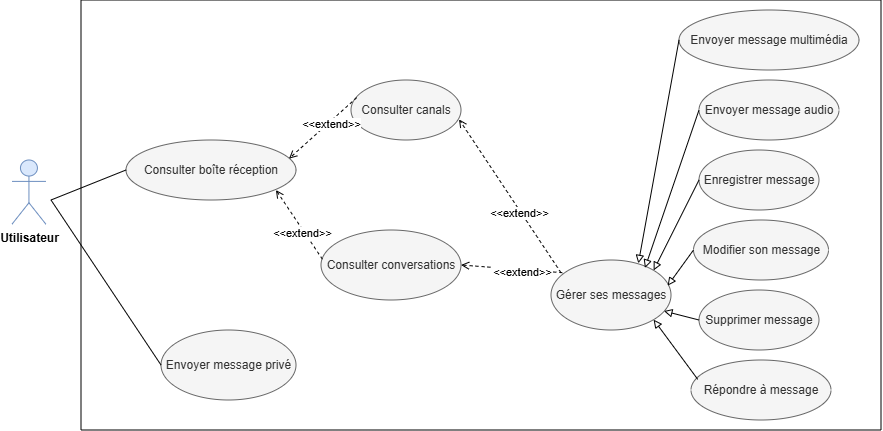
The draw.io diagram Images/Diagramme cas d'utilisationMessagerie.png in rihab-dev/Rapport-PFE, before a commit. Source tidied: cells renumbered, new cells last; positions are measured from the earlier drawing's top-left corner, leaving out a move shared by most shapes. The source it was exported from:
```xml
<mxGraphModel>
  <root>
    <mxCell id="0" />
    <mxCell id="1" parent="0" />
    <mxCell id="2" style="swimlane;startSize=0;" parent="1" vertex="1">
      <mxGeometry x="69" width="800" height="430" as="geometry" />
    </mxCell>
    <mxCell id="3" value="Consulter canals" style="ellipse;whiteSpace=wrap;html=1;fillColor=#f5f5f5;fontColor=#333333;strokeColor=#666666;" parent="2" vertex="1">
      <mxGeometry x="270" y="80" width="110" height="60" as="geometry" />
    </mxCell>
    <mxCell id="4" value="&lt;p&gt;Consulter boîte réception&lt;/p&gt;" style="ellipse;whiteSpace=wrap;html=1;fillColor=#f5f5f5;fontColor=#333333;strokeColor=#666666;" parent="2" vertex="1">
      <mxGeometry x="45" y="140" width="170" height="60" as="geometry" />
    </mxCell>
    <mxCell id="5" value="Répondre à message" style="ellipse;whiteSpace=wrap;html=1;fillColor=#f5f5f5;fontColor=#333333;strokeColor=#666666;" parent="2" vertex="1">
      <mxGeometry x="610" y="360" width="140" height="60" as="geometry" />
    </mxCell>
    <mxCell id="6" value="Modifier son message" style="ellipse;whiteSpace=wrap;html=1;fillColor=#f5f5f5;fontColor=#333333;strokeColor=#666666;" parent="2" vertex="1">
      <mxGeometry x="612.5" y="220" width="135" height="60" as="geometry" />
    </mxCell>
    <mxCell id="7" value="Supprimer message" style="ellipse;whiteSpace=wrap;html=1;fillColor=#f5f5f5;fontColor=#333333;strokeColor=#666666;" parent="2" vertex="1">
      <mxGeometry x="618" y="290" width="120" height="60" as="geometry" />
    </mxCell>
    <mxCell id="8" value="Consulter conversations" style="ellipse;whiteSpace=wrap;html=1;fillColor=#f5f5f5;fontColor=#333333;strokeColor=#666666;" parent="2" vertex="1">
      <mxGeometry x="240" y="230" width="140" height="70" as="geometry" />
    </mxCell>
    <mxCell id="9" value="Enregistrer message" style="ellipse;whiteSpace=wrap;html=1;fillColor=#f5f5f5;fontColor=#333333;strokeColor=#666666;" parent="2" vertex="1">
      <mxGeometry x="618" y="150" width="120" height="60" as="geometry" />
    </mxCell>
    <mxCell id="10" value="Envoyer message privé" style="ellipse;whiteSpace=wrap;html=1;fillColor=#f5f5f5;fontColor=#333333;strokeColor=#666666;" parent="2" vertex="1">
      <mxGeometry x="80" y="330" width="135" height="70" as="geometry" />
    </mxCell>
    <mxCell id="11" value="Gérer ses messages" style="ellipse;whiteSpace=wrap;html=1;fillColor=#f5f5f5;fontColor=#333333;strokeColor=#666666;" parent="2" vertex="1">
      <mxGeometry x="470" y="260" width="120" height="70" as="geometry" />
    </mxCell>
    <mxCell id="12" style="endArrow=block;html=1;rounded=0;entryX=0.941;entryY=0.729;entryDx=0;entryDy=0;endFill=0;exitX=0;exitY=0.5;exitDx=0;exitDy=0;entryPerimeter=0;" parent="2" edge="1" source="7" target="11">
      <mxGeometry relative="1" as="geometry" />
    </mxCell>
    <mxCell id="13" style="endArrow=block;html=1;rounded=0;endFill=0;exitX=0;exitY=0.5;exitDx=0;exitDy=0;entryX=0.972;entryY=0.367;entryDx=0;entryDy=0;entryPerimeter=0;" parent="2" edge="1" source="6" target="11">
      <mxGeometry relative="1" as="geometry" />
    </mxCell>
    <mxCell id="14" style="endArrow=block;html=1;rounded=0;endFill=0;exitX=0;exitY=0.5;exitDx=0;exitDy=0;entryX=1;entryY=0;entryDx=0;entryDy=0;" parent="2" edge="1" source="9" target="11">
      <mxGeometry relative="1" as="geometry" />
    </mxCell>
    <mxCell id="15" style="endArrow=block;html=1;rounded=0;endFill=0;entryX=1;entryY=1;entryDx=0;entryDy=0;exitX=0.048;exitY=0.322;exitDx=0;exitDy=0;exitPerimeter=0;" parent="2" edge="1" source="5" target="11">
      <mxGeometry relative="1" as="geometry" />
    </mxCell>
    <mxCell id="16" style="endArrow=open;html=1;rounded=0;exitX=0.083;exitY=0.181;exitDx=0;exitDy=0;endFill=0;dashed=1;exitPerimeter=0;entryX=0.982;entryY=0.656;entryDx=0;entryDy=0;entryPerimeter=0;" parent="2" edge="1" source="11" target="3">
      <mxGeometry relative="1" as="geometry" />
    </mxCell>
    <mxCell id="17" value="&amp;lt;&amp;lt;extend&amp;gt;&amp;gt;" style="edgeLabel;html=1;align=center;verticalAlign=middle;" parent="16" vertex="1">
      <mxGeometry x="-0.2" y="2" relative="1" as="geometry" />
    </mxCell>
    <mxCell id="18" style="endArrow=open;html=1;rounded=0;endFill=0;dashed=1;entryX=1;entryY=0.5;entryDx=0;entryDy=0;exitX=0.094;exitY=0.181;exitDx=0;exitDy=0;exitPerimeter=0;" parent="2" edge="1" source="11" target="8">
      <mxGeometry relative="1" as="geometry" />
    </mxCell>
    <mxCell id="19" value="&amp;lt;&amp;lt;extend&amp;gt;&amp;gt;" style="edgeLabel;html=1;align=center;verticalAlign=middle;" parent="18" vertex="1">
      <mxGeometry x="-0.2" y="2" relative="1" as="geometry" />
    </mxCell>
    <mxCell id="20" style="endArrow=open;html=1;rounded=0;exitX=0.052;exitY=0.294;exitDx=0;exitDy=0;endFill=0;dashed=1;exitPerimeter=0;entryX=0.959;entryY=0.311;entryDx=0;entryDy=0;entryPerimeter=0;" parent="2" edge="1" source="3" target="4">
      <mxGeometry relative="1" as="geometry" />
    </mxCell>
    <mxCell id="21" value="&amp;lt;&amp;lt;extend&amp;gt;&amp;gt;" style="edgeLabel;html=1;align=center;verticalAlign=middle;" parent="20" vertex="1">
      <mxGeometry x="-0.2" y="2" relative="1" as="geometry" />
    </mxCell>
    <mxCell id="22" style="endArrow=open;html=1;rounded=0;exitX=0.01;exitY=0.417;exitDx=0;exitDy=0;endFill=0;dashed=1;entryX=0.882;entryY=0.833;entryDx=0;entryDy=0;entryPerimeter=0;exitPerimeter=0;" parent="2" edge="1" source="8" target="4">
      <mxGeometry relative="1" as="geometry" />
    </mxCell>
    <mxCell id="23" value="&amp;lt;&amp;lt;extend&amp;gt;&amp;gt;" style="edgeLabel;html=1;align=center;verticalAlign=middle;" parent="22" vertex="1">
      <mxGeometry x="-0.2" y="2" relative="1" as="geometry" />
    </mxCell>
    <mxCell id="24" value="Envoyer message audio" style="ellipse;whiteSpace=wrap;html=1;fillColor=#f5f5f5;fontColor=#333333;strokeColor=#666666;" parent="2" vertex="1">
      <mxGeometry x="618" y="80" width="140" height="60" as="geometry" />
    </mxCell>
    <mxCell id="25" value="Envoyer message multimédia" style="ellipse;whiteSpace=wrap;html=1;fillColor=#f5f5f5;fontColor=#333333;strokeColor=#666666;" parent="2" vertex="1">
      <mxGeometry x="598" y="10" width="180" height="60" as="geometry" />
    </mxCell>
    <mxCell id="26" style="endArrow=block;html=1;rounded=0;endFill=0;exitX=0;exitY=0.5;exitDx=0;exitDy=0;entryX=0.783;entryY=0.114;entryDx=0;entryDy=0;entryPerimeter=0;" parent="2" edge="1" source="24" target="11">
      <mxGeometry relative="1" as="geometry" />
    </mxCell>
    <mxCell id="27" style="endArrow=block;html=1;rounded=0;endFill=0;exitX=0;exitY=0.5;exitDx=0;exitDy=0;entryX=0.728;entryY=0.048;entryDx=0;entryDy=0;entryPerimeter=0;" parent="2" edge="1" target="11">
      <mxGeometry relative="1" as="geometry">
        <mxPoint x="598" y="40" as="sourcePoint" />
      </mxGeometry>
    </mxCell>
    <mxCell id="28" value="&lt;b&gt;Utilisateur&lt;/b&gt;" style="shape=umlActor;verticalLabelPosition=bottom;verticalAlign=top;html=1;fillColor=#dae8fc;strokeColor=#6c8ebf;" parent="1" vertex="1">
      <mxGeometry y="160" width="33.9" height="64.2" as="geometry" />
    </mxCell>
    <mxCell id="29" style="endArrow=none;html=1;rounded=0;entryX=0;entryY=0.5;entryDx=0;entryDy=0;" parent="1" edge="1" target="4">
      <mxGeometry relative="1" as="geometry">
        <mxPoint x="39" y="200" as="sourcePoint" />
      </mxGeometry>
    </mxCell>
    <mxCell id="30" style="endArrow=none;html=1;rounded=0;entryX=0;entryY=0.5;entryDx=0;entryDy=0;" parent="1" edge="1" target="10">
      <mxGeometry relative="1" as="geometry">
        <mxPoint x="39" y="200" as="sourcePoint" />
      </mxGeometry>
    </mxCell>
  </root>
</mxGraphModel>
```
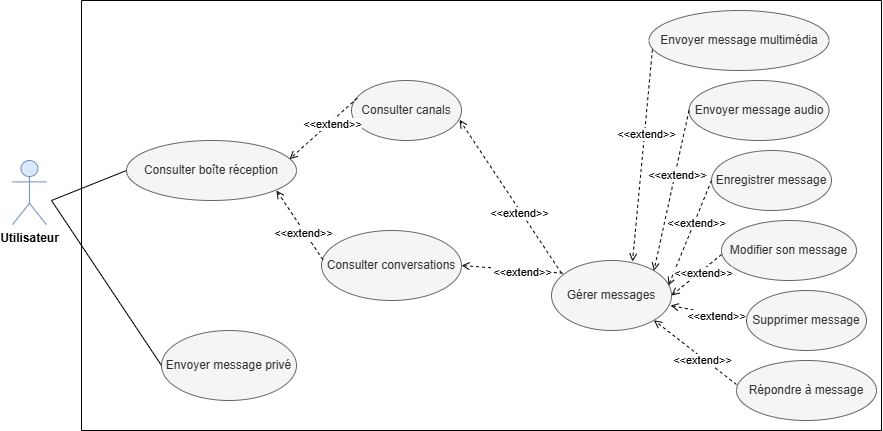
The same diagram one commit later.

The edit, as a diff of the source:
```diff
@@ -12,88 +12,108 @@
       <mxGeometry x="45" y="140" width="170" height="60" as="geometry" />
     </mxCell>
     <mxCell id="5" value="Répondre à message" style="ellipse;whiteSpace=wrap;html=1;fillColor=#f5f5f5;fontColor=#333333;strokeColor=#666666;" parent="2" vertex="1">
-      <mxGeometry x="610" y="360" width="140" height="60" as="geometry" />
+      <mxGeometry x="655" y="360" width="140" height="60" as="geometry" />
     </mxCell>
     <mxCell id="6" value="Modifier son message" style="ellipse;whiteSpace=wrap;html=1;fillColor=#f5f5f5;fontColor=#333333;strokeColor=#666666;" parent="2" vertex="1">
-      <mxGeometry x="612.5" y="220" width="135" height="60" as="geometry" />
+      <mxGeometry x="640" y="220" width="135" height="60" as="geometry" />
     </mxCell>
     <mxCell id="7" value="Supprimer message" style="ellipse;whiteSpace=wrap;html=1;fillColor=#f5f5f5;fontColor=#333333;strokeColor=#666666;" parent="2" vertex="1">
-      <mxGeometry x="618" y="290" width="120" height="60" as="geometry" />
+      <mxGeometry x="665" y="290" width="120" height="60" as="geometry" />
     </mxCell>
     <mxCell id="8" value="Consulter conversations" style="ellipse;whiteSpace=wrap;html=1;fillColor=#f5f5f5;fontColor=#333333;strokeColor=#666666;" parent="2" vertex="1">
       <mxGeometry x="240" y="230" width="140" height="70" as="geometry" />
     </mxCell>
     <mxCell id="9" value="Enregistrer message" style="ellipse;whiteSpace=wrap;html=1;fillColor=#f5f5f5;fontColor=#333333;strokeColor=#666666;" parent="2" vertex="1">
-      <mxGeometry x="618" y="150" width="120" height="60" as="geometry" />
+      <mxGeometry x="630" y="150" width="120" height="60" as="geometry" />
     </mxCell>
     <mxCell id="10" value="Envoyer message privé" style="ellipse;whiteSpace=wrap;html=1;fillColor=#f5f5f5;fontColor=#333333;strokeColor=#666666;" parent="2" vertex="1">
       <mxGeometry x="80" y="330" width="135" height="70" as="geometry" />
     </mxCell>
-    <mxCell id="11" value="Gérer ses messages" style="ellipse;whiteSpace=wrap;html=1;fillColor=#f5f5f5;fontColor=#333333;strokeColor=#666666;" parent="2" vertex="1">
-      <mxGeometry x="470" y="260" width="120" height="70" as="geometry" />
-    </mxCell>
-    <mxCell id="12" style="endArrow=block;html=1;rounded=0;entryX=0.941;entryY=0.729;entryDx=0;entryDy=0;endFill=0;exitX=0;exitY=0.5;exitDx=0;exitDy=0;entryPerimeter=0;" parent="2" edge="1" source="7" target="11">
-      <mxGeometry relative="1" as="geometry" />
-    </mxCell>
-    <mxCell id="13" style="endArrow=block;html=1;rounded=0;endFill=0;exitX=0;exitY=0.5;exitDx=0;exitDy=0;entryX=0.972;entryY=0.367;entryDx=0;entryDy=0;entryPerimeter=0;" parent="2" edge="1" source="6" target="11">
-      <mxGeometry relative="1" as="geometry" />
-    </mxCell>
-    <mxCell id="14" style="endArrow=block;html=1;rounded=0;endFill=0;exitX=0;exitY=0.5;exitDx=0;exitDy=0;entryX=1;entryY=0;entryDx=0;entryDy=0;" parent="2" edge="1" source="9" target="11">
-      <mxGeometry relative="1" as="geometry" />
-    </mxCell>
-    <mxCell id="15" style="endArrow=block;html=1;rounded=0;endFill=0;entryX=1;entryY=1;entryDx=0;entryDy=0;exitX=0.048;exitY=0.322;exitDx=0;exitDy=0;exitPerimeter=0;" parent="2" edge="1" source="5" target="11">
-      <mxGeometry relative="1" as="geometry" />
-    </mxCell>
-    <mxCell id="16" style="endArrow=open;html=1;rounded=0;exitX=0.083;exitY=0.181;exitDx=0;exitDy=0;endFill=0;dashed=1;exitPerimeter=0;entryX=0.982;entryY=0.656;entryDx=0;entryDy=0;entryPerimeter=0;" parent="2" edge="1" source="11" target="3">
-      <mxGeometry relative="1" as="geometry" />
-    </mxCell>
-    <mxCell id="17" value="&amp;lt;&amp;lt;extend&amp;gt;&amp;gt;" style="edgeLabel;html=1;align=center;verticalAlign=middle;" parent="16" vertex="1">
-      <mxGeometry x="-0.2" y="2" relative="1" as="geometry" />
-    </mxCell>
-    <mxCell id="18" style="endArrow=open;html=1;rounded=0;endFill=0;dashed=1;entryX=1;entryY=0.5;entryDx=0;entryDy=0;exitX=0.094;exitY=0.181;exitDx=0;exitDy=0;exitPerimeter=0;" parent="2" edge="1" source="11" target="8">
-      <mxGeometry relative="1" as="geometry" />
-    </mxCell>
-    <mxCell id="19" value="&amp;lt;&amp;lt;extend&amp;gt;&amp;gt;" style="edgeLabel;html=1;align=center;verticalAlign=middle;" parent="18" vertex="1">
-      <mxGeometry x="-0.2" y="2" relative="1" as="geometry" />
-    </mxCell>
+    <mxCell id="31" value="Gérer messages" style="ellipse;whiteSpace=wrap;html=1;fillColor=#f5f5f5;fontColor=#333333;strokeColor=#666666;" parent="2" vertex="1">
+      <mxGeometry x="470" y="260" width="120" height="70" as="geometry" />
+    </mxCell>
+    <mxCell id="32" style="endArrow=open;html=1;rounded=0;exitX=0.083;exitY=0.181;exitDx=0;exitDy=0;endFill=0;dashed=1;exitPerimeter=0;entryX=0.982;entryY=0.656;entryDx=0;entryDy=0;entryPerimeter=0;" parent="2" edge="1" source="31" target="3">
+      <mxGeometry relative="1" as="geometry" />
+    </mxCell>
+    <mxCell id="33" value="&amp;lt;&amp;lt;extend&amp;gt;&amp;gt;" style="edgeLabel;html=1;align=center;verticalAlign=middle;" parent="32" vertex="1">
+      <mxGeometry x="-0.2" y="2" relative="1" as="geometry" />
+    </mxCell>
+    <mxCell id="34" style="endArrow=open;html=1;rounded=0;endFill=0;dashed=1;entryX=1;entryY=0.5;entryDx=0;entryDy=0;exitX=0.094;exitY=0.181;exitDx=0;exitDy=0;exitPerimeter=0;" parent="2" edge="1" source="31" target="8">
+      <mxGeometry relative="1" as="geometry" />
+    </mxCell>
+    <mxCell id="35" value="&amp;lt;&amp;lt;extend&amp;gt;&amp;gt;" style="edgeLabel;html=1;align=center;verticalAlign=middle;" parent="34" vertex="1">
+      <mxGeometry x="-0.2" y="2" relative="1" as="geometry" />
+    </mxCell>
     <mxCell id="20" style="endArrow=open;html=1;rounded=0;exitX=0.052;exitY=0.294;exitDx=0;exitDy=0;endFill=0;dashed=1;exitPerimeter=0;entryX=0.959;entryY=0.311;entryDx=0;entryDy=0;entryPerimeter=0;" parent="2" edge="1" source="3" target="4">
       <mxGeometry relative="1" as="geometry" />
     </mxCell>
-    <mxCell id="21" value="&amp;lt;&amp;lt;extend&amp;gt;&amp;gt;" style="edgeLabel;html=1;align=center;verticalAlign=middle;" parent="20" vertex="1">
-      <mxGeometry x="-0.2" y="2" relative="1" as="geometry" />
-    </mxCell>
+    <mxCell id="36" value="&amp;lt;&amp;lt;extend&amp;gt;&amp;gt;" style="edgeLabel;html=1;align=center;verticalAlign=middle;" parent="20" vertex="1">
+      <mxGeometry x="-0.2" y="2" relative="1" as="geometry" />
+    </mxCell>
     <mxCell id="22" style="endArrow=open;html=1;rounded=0;exitX=0.01;exitY=0.417;exitDx=0;exitDy=0;endFill=0;dashed=1;entryX=0.882;entryY=0.833;entryDx=0;entryDy=0;entryPerimeter=0;exitPerimeter=0;" parent="2" edge="1" source="8" target="4">
       <mxGeometry relative="1" as="geometry" />
     </mxCell>
-    <mxCell id="23" value="&amp;lt;&amp;lt;extend&amp;gt;&amp;gt;" style="edgeLabel;html=1;align=center;verticalAlign=middle;" parent="22" vertex="1">
-      <mxGeometry x="-0.2" y="2" relative="1" as="geometry" />
-    </mxCell>
+    <mxCell id="37" value="&amp;lt;&amp;lt;extend&amp;gt;&amp;gt;" style="edgeLabel;html=1;align=center;verticalAlign=middle;" parent="22" vertex="1">
+      <mxGeometry x="-0.2" y="2" relative="1" as="geometry" />
+    </mxCell>
     <mxCell id="24" value="Envoyer message audio" style="ellipse;whiteSpace=wrap;html=1;fillColor=#f5f5f5;fontColor=#333333;strokeColor=#666666;" parent="2" vertex="1">
-      <mxGeometry x="618" y="80" width="140" height="60" as="geometry" />
+      <mxGeometry x="607.5" y="80" width="140" height="60" as="geometry" />
     </mxCell>
     <mxCell id="25" value="Envoyer message multimédia" style="ellipse;whiteSpace=wrap;html=1;fillColor=#f5f5f5;fontColor=#333333;strokeColor=#666666;" parent="2" vertex="1">
-      <mxGeometry x="598" y="10" width="180" height="60" as="geometry" />
+      <mxGeometry x="567.5" y="10" width="180" height="60" as="geometry" />
     </mxCell>
-    <mxCell id="26" style="endArrow=block;html=1;rounded=0;endFill=0;exitX=0;exitY=0.5;exitDx=0;exitDy=0;entryX=0.783;entryY=0.114;entryDx=0;entryDy=0;entryPerimeter=0;" parent="2" edge="1" source="24" target="11">
-      <mxGeometry relative="1" as="geometry" />
-    </mxCell>
-    <mxCell id="27" style="endArrow=block;html=1;rounded=0;endFill=0;exitX=0;exitY=0.5;exitDx=0;exitDy=0;entryX=0.728;entryY=0.048;entryDx=0;entryDy=0;entryPerimeter=0;" parent="2" edge="1" target="11">
-      <mxGeometry relative="1" as="geometry">
-        <mxPoint x="598" y="40" as="sourcePoint" />
-      </mxGeometry>
-    </mxCell>
+    <mxCell id="38" style="endArrow=open;html=1;rounded=0;exitX=0.019;exitY=0.65;exitDx=0;exitDy=0;endFill=0;dashed=1;exitPerimeter=0;entryX=0.675;entryY=0.014;entryDx=0;entryDy=0;entryPerimeter=0;" parent="2" edge="1" source="25" target="31">
+      <mxGeometry relative="1" as="geometry" />
+    </mxCell>
+    <mxCell id="39" value="&amp;lt;&amp;lt;extend&amp;gt;&amp;gt;" style="edgeLabel;html=1;align=center;verticalAlign=middle;" parent="38" vertex="1">
+      <mxGeometry x="-0.2" y="2" relative="1" as="geometry" />
+    </mxCell>
+    <mxCell id="40" style="endArrow=open;html=1;rounded=0;exitX=0;exitY=0.5;exitDx=0;exitDy=0;endFill=0;dashed=1;entryX=1;entryY=0;entryDx=0;entryDy=0;" parent="2" edge="1" source="24" target="31">
+      <mxGeometry relative="1" as="geometry" />
+    </mxCell>
+    <mxCell id="41" value="&amp;lt;&amp;lt;extend&amp;gt;&amp;gt;" style="edgeLabel;html=1;align=center;verticalAlign=middle;" parent="40" vertex="1">
+      <mxGeometry x="-0.2" y="2" relative="1" as="geometry" />
+    </mxCell>
+    <mxCell id="42" style="endArrow=open;html=1;rounded=0;exitX=0;exitY=0.5;exitDx=0;exitDy=0;endFill=0;dashed=1;entryX=0.975;entryY=0.357;entryDx=0;entryDy=0;entryPerimeter=0;" parent="2" edge="1" source="9" target="31">
+      <mxGeometry relative="1" as="geometry" />
+    </mxCell>
+    <mxCell id="43" value="&amp;lt;&amp;lt;extend&amp;gt;&amp;gt;" style="edgeLabel;html=1;align=center;verticalAlign=middle;" parent="42" vertex="1">
+      <mxGeometry x="-0.2" y="2" relative="1" as="geometry" />
+    </mxCell>
+    <mxCell id="44" style="endArrow=open;html=1;rounded=0;exitX=0.083;exitY=0.181;exitDx=0;exitDy=0;endFill=0;dashed=1;exitPerimeter=0;entryX=1;entryY=0.5;entryDx=0;entryDy=0;" parent="2" edge="1" target="31">
+      <mxGeometry relative="1" as="geometry">
+        <mxPoint x="640" y="254" as="sourcePoint" />
+      </mxGeometry>
+    </mxCell>
+    <mxCell id="45" value="&amp;lt;&amp;lt;extend&amp;gt;&amp;gt;" style="edgeLabel;html=1;align=center;verticalAlign=middle;" parent="44" vertex="1">
+      <mxGeometry x="-0.2" y="2" relative="1" as="geometry" />
+    </mxCell>
+    <mxCell id="46" style="endArrow=open;html=1;rounded=0;exitX=0;exitY=0.5;exitDx=0;exitDy=0;endFill=0;dashed=1;entryX=0.992;entryY=0.643;entryDx=0;entryDy=0;entryPerimeter=0;" parent="2" edge="1" source="7" target="31">
+      <mxGeometry relative="1" as="geometry" />
+    </mxCell>
+    <mxCell id="47" value="&amp;lt;&amp;lt;extend&amp;gt;&amp;gt;" style="edgeLabel;html=1;align=center;verticalAlign=middle;" parent="46" vertex="1">
+      <mxGeometry x="-0.2" y="2" relative="1" as="geometry" />
+    </mxCell>
+    <mxCell id="48" style="endArrow=open;html=1;rounded=0;exitX=0.083;exitY=0.181;exitDx=0;exitDy=0;endFill=0;dashed=1;exitPerimeter=0;entryX=1;entryY=1;entryDx=0;entryDy=0;" parent="2" edge="1" target="31">
+      <mxGeometry relative="1" as="geometry">
+        <mxPoint x="655" y="384" as="sourcePoint" />
+      </mxGeometry>
+    </mxCell>
+    <mxCell id="49" value="&amp;lt;&amp;lt;extend&amp;gt;&amp;gt;" style="edgeLabel;html=1;align=center;verticalAlign=middle;" parent="48" vertex="1">
+      <mxGeometry x="-0.2" y="2" relative="1" as="geometry" />
+    </mxCell>
     <mxCell id="28" value="&lt;b&gt;Utilisateur&lt;/b&gt;" style="shape=umlActor;verticalLabelPosition=bottom;verticalAlign=top;html=1;fillColor=#dae8fc;strokeColor=#6c8ebf;" parent="1" vertex="1">
       <mxGeometry y="160" width="33.9" height="64.2" as="geometry" />
     </mxCell>
-    <mxCell id="29" style="endArrow=none;html=1;rounded=0;entryX=0;entryY=0.5;entryDx=0;entryDy=0;" parent="1" edge="1" target="4">
-      <mxGeometry relative="1" as="geometry">
-        <mxPoint x="39" y="200" as="sourcePoint" />
-      </mxGeometry>
-    </mxCell>
-    <mxCell id="30" style="endArrow=none;html=1;rounded=0;entryX=0;entryY=0.5;entryDx=0;entryDy=0;" parent="1" edge="1" target="10">
-      <mxGeometry relative="1" as="geometry">
-        <mxPoint x="39" y="200" as="sourcePoint" />
-      </mxGeometry>
-    </mxCell>
+    <mxCell id="50" style="endArrow=none;html=1;rounded=0;entryX=0;entryY=0.5;entryDx=0;entryDy=0;" parent="1" edge="1" target="4">
+      <mxGeometry relative="1" as="geometry">
+        <mxPoint x="39" y="200" as="sourcePoint" />
+      </mxGeometry>
+    </mxCell>
+    <mxCell id="51" style="endArrow=none;html=1;rounded=0;entryX=0;entryY=0.5;entryDx=0;entryDy=0;" parent="1" edge="1" target="10">
+      <mxGeometry relative="1" as="geometry">
+        <mxPoint x="39" y="200" as="sourcePoint" />
+      </mxGeometry>
+    </mxCell>
   </root>
 </mxGraphModel>
```
